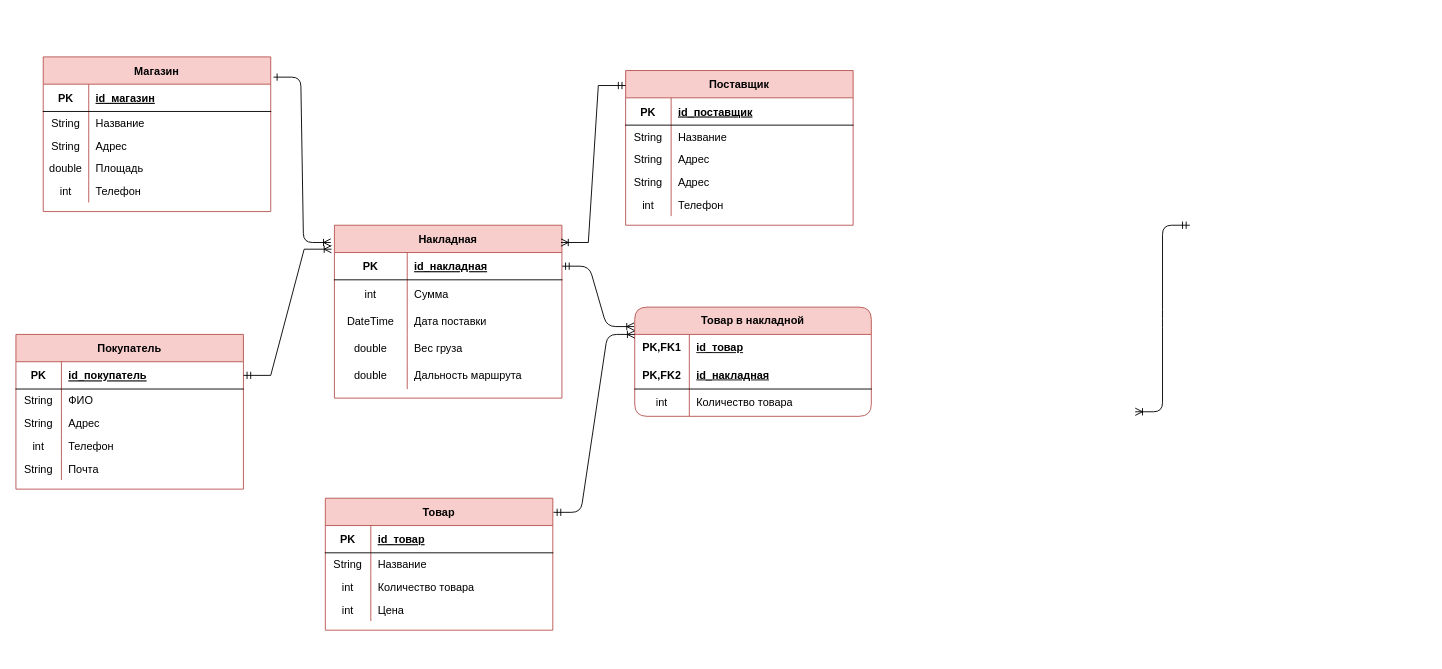
KREeDo5/data-bases keeps this draw.io diagram as LW_2/invoices.drawio. Above is the earlier version. Source tidied: cells renumbered, new cells numbered last; positions are measured from the earlier drawing's top-left corner, leaving out a move shared by most shapes. Both pictures are drawn from the tidied source at 91%, with x=0, y=0 at pixel (15, 56).
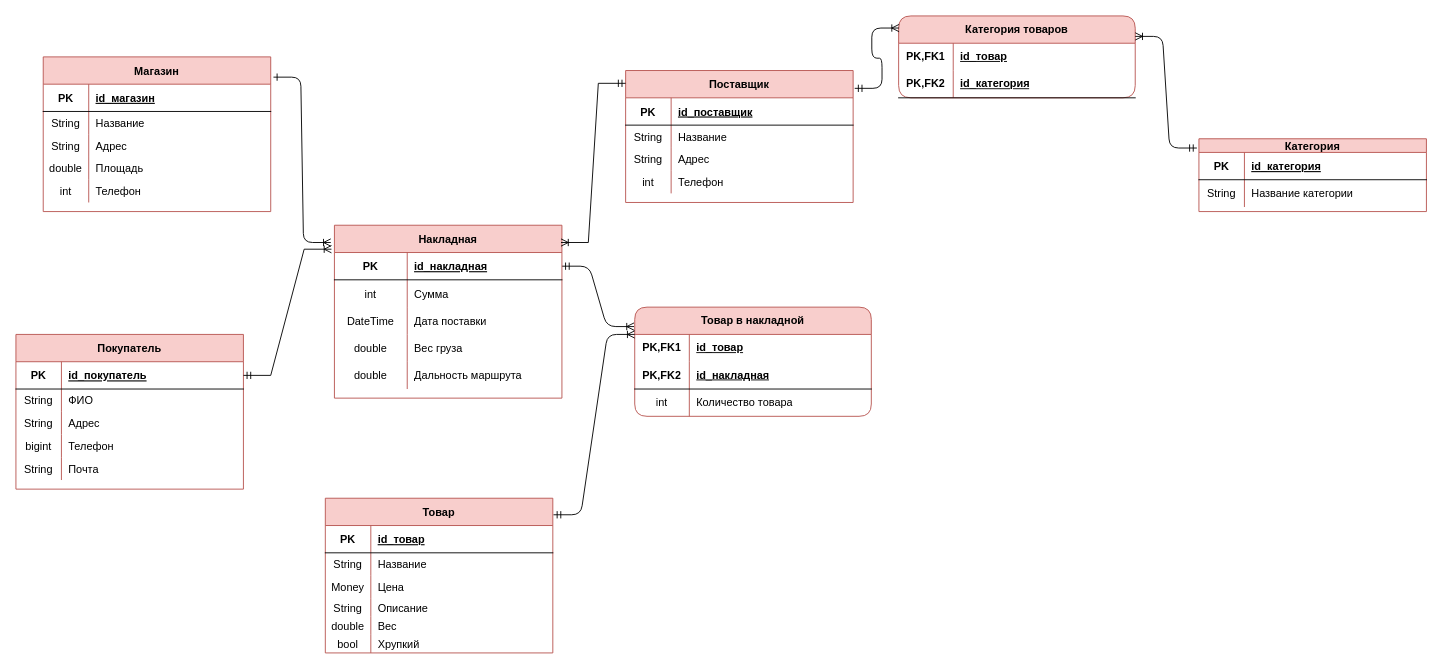
After the change.

Unchanged cells that the change refers to:
```xml
<mxCell id="59" style="shape=partialRectangle;fillColor=none;top=0;left=0;right=0;bottom=0;" parent="49" vertex="1">
  <mxGeometry y="110" width="250" height="25" as="geometry" />
</mxCell>
```

What changed in the source:
```diff
@@
-    <mxCell id="3" style="edgeStyle=entityRelationEdgeStyle;endArrow=ERmandOne;startArrow=ERoneToMany;endFill=0;startFill=0;entryX=1;entryY=0.5;entryDx=0;entryDy=0;" parent="1" edge="1">
-      <mxGeometry relative="1" as="geometry">
-        <mxPoint x="1230" y="390" as="sourcePoint" />
-        <mxPoint x="1290" y="185" as="targetPoint" />
-      </mxGeometry>
-    </mxCell>
@@
     <mxCell id="20" value="Товар" style="shape=table;startSize=30;childLayout=tableLayout;rowLines=0;fontStyle=1;align=center;fillColor=#f8cecc;strokeColor=#b85450;" parent="1" vertex="1">
-      <mxGeometry x="340" y="485" width="250" height="145" as="geometry" />
+      <mxGeometry x="340" y="485" width="250" height="170" as="geometry" />
     </mxCell>
@@
-    <mxCell id="27" style="shape=partialRectangle;fillColor=none;top=0;left=0;right=0;bottom=0;" parent="20" vertex="1">
-      <mxGeometry y="85" width="250" height="25" as="geometry" />
-    </mxCell>
-    <mxCell id="28" value="int" style="shape=partialRectangle;overflow=hidden;fillColor=none;top=0;left=0;bottom=0;right=0;" parent="27" vertex="1">
-      <mxGeometry width="50" height="25" as="geometry" />
-    </mxCell>
-    <mxCell id="29" value="Количество товара" style="shape=partialRectangle;overflow=hidden;fillColor=none;top=0;left=0;bottom=0;right=0;align=left;spacingLeft=6;" parent="27" vertex="1">
-      <mxGeometry x="50" width="200" height="25" as="geometry" />
-    </mxCell>
     <mxCell id="30" style="shape=partialRectangle;fillColor=none;top=0;left=0;right=0;bottom=0;" parent="20" vertex="1">
-      <mxGeometry y="110" width="250" height="25" as="geometry" />
+      <mxGeometry y="85" width="250" height="25" as="geometry" />
     </mxCell>
-    <mxCell id="31" value="int" style="shape=partialRectangle;overflow=hidden;fillColor=none;top=0;left=0;bottom=0;right=0;" parent="30" vertex="1">
+    <mxCell id="31" value="Money" style="shape=partialRectangle;overflow=hidden;fillColor=none;top=0;left=0;bottom=0;right=0;" parent="30" vertex="1">
       <mxGeometry width="50" height="25" as="geometry" />
     </mxCell>
@@
+    <mxCell id="95" style="shape=partialRectangle;fillColor=none;top=0;left=0;right=0;bottom=0;" parent="20" vertex="1">
+      <mxGeometry y="110" width="250" height="20" as="geometry" />
+    </mxCell>
+    <mxCell id="96" value="String" style="shape=partialRectangle;overflow=hidden;fillColor=none;top=0;left=0;bottom=0;right=0;" parent="95" vertex="1">
+      <mxGeometry width="50" height="20" as="geometry" />
+    </mxCell>
+    <mxCell id="97" value="Описание" style="shape=partialRectangle;overflow=hidden;fillColor=none;top=0;left=0;bottom=0;right=0;align=left;spacingLeft=6;" parent="95" vertex="1">
+      <mxGeometry x="50" width="200" height="20" as="geometry" />
+    </mxCell>
+    <mxCell id="98" style="shape=partialRectangle;fillColor=none;top=0;left=0;right=0;bottom=0;" parent="20" vertex="1">
+      <mxGeometry y="130" width="250" height="20" as="geometry" />
+    </mxCell>
+    <mxCell id="99" value="double" style="shape=partialRectangle;overflow=hidden;fillColor=none;top=0;left=0;bottom=0;right=0;" parent="98" vertex="1">
+      <mxGeometry width="50" height="20" as="geometry" />
+    </mxCell>
+    <mxCell id="100" value="Вес" style="shape=partialRectangle;overflow=hidden;fillColor=none;top=0;left=0;bottom=0;right=0;align=left;spacingLeft=6;" parent="98" vertex="1">
+      <mxGeometry x="50" width="200" height="20" as="geometry" />
+    </mxCell>
+    <mxCell id="101" style="shape=partialRectangle;fillColor=none;top=0;left=0;right=0;bottom=0;" parent="20" vertex="1">
+      <mxGeometry y="150" width="250" height="20" as="geometry" />
+    </mxCell>
+    <mxCell id="102" value="bool" style="shape=partialRectangle;overflow=hidden;fillColor=none;top=0;left=0;bottom=0;right=0;" parent="101" vertex="1">
+      <mxGeometry width="50" height="20" as="geometry" />
+    </mxCell>
+    <mxCell id="103" value="Хрупкий" style="shape=partialRectangle;overflow=hidden;fillColor=none;top=0;left=0;bottom=0;right=0;align=left;spacingLeft=6;" parent="101" vertex="1">
+      <mxGeometry x="50" width="200" height="20" as="geometry" />
+    </mxCell>
     <mxCell id="33" value="Поставщик" style="shape=table;startSize=30;childLayout=tableLayout;rowLines=0;fontStyle=1;align=center;fillColor=#f8cecc;strokeColor=#b85450;" parent="1" vertex="1">
-      <mxGeometry x="670" y="15" width="250" height="170" as="geometry" />
+      <mxGeometry x="670" y="15" width="250" height="145" as="geometry" />
     </mxCell>
@@
-    <mxCell id="43" style="shape=partialRectangle;fillColor=none;top=0;left=0;right=0;bottom=0;" parent="33" vertex="1">
-      <mxGeometry y="110" width="250" height="25" as="geometry" />
-    </mxCell>
-    <mxCell id="44" value="String" style="shape=partialRectangle;overflow=hidden;fillColor=none;top=0;left=0;bottom=0;right=0;" parent="43" vertex="1">
-      <mxGeometry width="50" height="25" as="geometry" />
-    </mxCell>
-    <mxCell id="45" value="Адрес" style="shape=partialRectangle;overflow=hidden;fillColor=none;top=0;left=0;bottom=0;right=0;align=left;spacingLeft=6;" parent="43" vertex="1">
-      <mxGeometry x="50" width="200" height="25" as="geometry" />
-    </mxCell>
     <mxCell id="46" style="shape=partialRectangle;fillColor=none;top=0;left=0;right=0;bottom=0;" parent="33" vertex="1">
-      <mxGeometry y="135" width="250" height="25" as="geometry" />
+      <mxGeometry y="110" width="250" height="25" as="geometry" />
     </mxCell>
@@
-    <mxCell id="60" value="int" style="shape=partialRectangle;overflow=hidden;fillColor=none;top=0;left=0;bottom=0;right=0;" parent="59" vertex="1">
+    <mxCell id="60" value="bigint" style="shape=partialRectangle;overflow=hidden;fillColor=none;top=0;left=0;bottom=0;right=0;" parent="59" vertex="1">
       <mxGeometry width="50" height="25" as="geometry" />
     </mxCell>
@@
+    <mxCell id="104" value="Категория товаров" style="shape=table;startSize=30;childLayout=tableLayout;rowLines=0;fontStyle=1;align=center;html=1;whiteSpace=wrap;rounded=1;fillColor=#f8cecc;strokeColor=#b85450;" parent="1" vertex="1">
+      <mxGeometry x="970" y="-45" width="260" height="90" as="geometry" />
+    </mxCell>
+    <mxCell id="105" style="shape=tableRow;horizontal=0;startSize=0;swimlaneHead=0;swimlaneBody=0;fillColor=none;top=0;left=0;right=0;bottom=0;html=1;rounded=1;" parent="104" vertex="1">
+      <mxGeometry y="30" width="260" height="30" as="geometry" />
+    </mxCell>
+    <mxCell id="106" value="PK,FK1" style="shape=partialRectangle;fillColor=none;top=0;left=0;bottom=0;right=0;fontStyle=1;overflow=hidden;html=1;whiteSpace=wrap;rounded=1;" parent="105" vertex="1">
+      <mxGeometry width="60" height="30" as="geometry" />
+    </mxCell>
+    <mxCell id="107" value="id_товар" style="shape=partialRectangle;fillColor=none;top=0;left=0;bottom=0;right=0;align=left;spacingLeft=6;fontStyle=5;overflow=hidden;html=1;whiteSpace=wrap;rounded=1;" parent="105" vertex="1">
+      <mxGeometry x="60" width="200" height="30" as="geometry" />
+    </mxCell>
+    <mxCell id="108" style="shape=tableRow;horizontal=0;startSize=0;swimlaneHead=0;swimlaneBody=0;fillColor=none;top=0;left=0;right=0;bottom=1;html=1;rounded=1;" parent="104" vertex="1">
+      <mxGeometry y="60" width="260" height="30" as="geometry" />
+    </mxCell>
+    <mxCell id="109" value="PK,FK2" style="shape=partialRectangle;fillColor=none;top=0;left=0;bottom=0;right=0;fontStyle=1;overflow=hidden;html=1;whiteSpace=wrap;rounded=1;" parent="108" vertex="1">
+      <mxGeometry width="60" height="30" as="geometry" />
+    </mxCell>
+    <mxCell id="110" value="id_категория" style="shape=partialRectangle;fillColor=none;top=0;left=0;bottom=0;right=0;align=left;spacingLeft=6;fontStyle=5;overflow=hidden;html=1;whiteSpace=wrap;rounded=1;" parent="108" vertex="1">
+      <mxGeometry x="60" width="200" height="30" as="geometry" />
+    </mxCell>
+    <mxCell id="111" value="Категория" style="shape=table;startSize=15;childLayout=tableLayout;rowLines=0;fontStyle=1;align=center;fillColor=#f8cecc;strokeColor=#b85450;" parent="1" vertex="1">
+      <mxGeometry x="1300" y="90" width="250" height="80" as="geometry" />
+    </mxCell>
+    <mxCell id="112" style="shape=partialRectangle;fillColor=none;top=0;left=0;right=0;bottom=1;" parent="111" vertex="1">
+      <mxGeometry y="15" width="250" height="30" as="geometry" />
+    </mxCell>
+    <mxCell id="113" value="PK" style="shape=partialRectangle;overflow=hidden;fillColor=none;top=0;left=0;bottom=0;right=0;fontStyle=1;" parent="112" vertex="1">
+      <mxGeometry width="50" height="30" as="geometry" />
+    </mxCell>
+    <mxCell id="114" value="id_категория" style="shape=partialRectangle;overflow=hidden;fillColor=none;top=0;left=0;bottom=0;right=0;align=left;spacingLeft=6;fontStyle=5;" parent="112" vertex="1">
+      <mxGeometry x="50" width="200" height="30" as="geometry" />
+    </mxCell>
+    <mxCell id="115" style="shape=partialRectangle;fillColor=none;top=0;left=0;right=0;bottom=0;" parent="111" vertex="1">
+      <mxGeometry y="45" width="250" height="30" as="geometry" />
+    </mxCell>
+    <mxCell id="116" value="String" style="shape=partialRectangle;overflow=hidden;fillColor=none;top=0;left=0;bottom=0;right=0;" parent="115" vertex="1">
+      <mxGeometry width="50" height="30" as="geometry" />
+    </mxCell>
+    <mxCell id="117" value="Название категории" style="shape=partialRectangle;overflow=hidden;fillColor=none;top=0;left=0;bottom=0;right=0;align=left;spacingLeft=6;" parent="115" vertex="1">
+      <mxGeometry x="50" width="200" height="30" as="geometry" />
+    </mxCell>
+    <mxCell id="118" style="edgeStyle=entityRelationEdgeStyle;endArrow=ERmandOne;startArrow=ERoneToMany;endFill=0;startFill=0;entryX=1.007;entryY=0.135;entryDx=0;entryDy=0;entryPerimeter=0;exitX=0.002;exitY=0.148;exitDx=0;exitDy=0;exitPerimeter=0;" parent="1" edge="1" source="104" target="33">
+      <mxGeometry relative="1" as="geometry" />
+    </mxCell>
+    <mxCell id="119" style="edgeStyle=entityRelationEdgeStyle;endArrow=ERmandOne;startArrow=ERoneToMany;endFill=0;startFill=0;entryX=-0.009;entryY=0.127;entryDx=0;entryDy=0;entryPerimeter=0;exitX=1;exitY=0.25;exitDx=0;exitDy=0;" parent="1" edge="1" source="104" target="111">
+      <mxGeometry relative="1" as="geometry" />
+    </mxCell>
```
